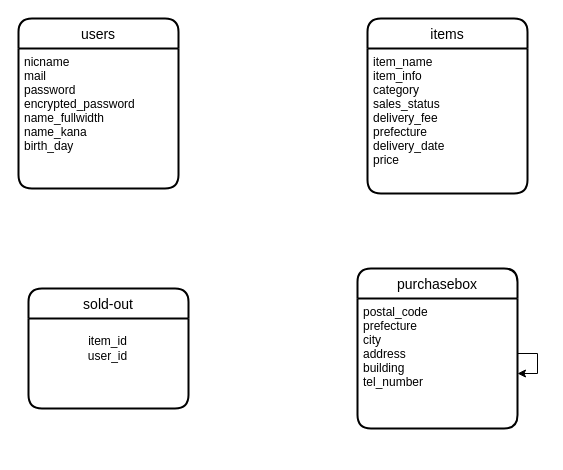
Earlier version of the draw.io diagram test.dio (keita-nakamura30/furima-32907). Source tidied: cells renumbered, new cells numbered last; positions are measured from the earlier drawing's top-left corner, leaving out a move shared by most shapes. Both pictures are drawn from the tidied source at 100%, with x=0, y=0 at pixel (18, 18).
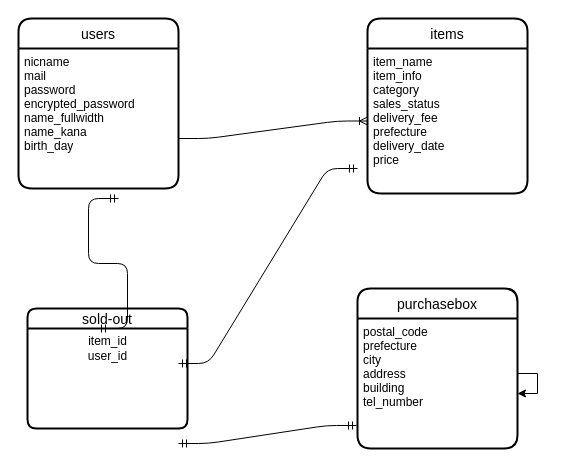
The same diagram, later.

The edit, as a diff of the source:
```diff
@@
 <mxGraphModel>
   <root>
     <mxCell id="0" />
     <mxCell id="1" parent="0" />
     <mxCell id="2" value="users" style="swimlane;horizontal=1;startSize=30;rounded=1;fontSize=14;fontStyle=0;strokeWidth=2;shadow=0;dashed=0;align=center;" parent="1" vertex="1">
       <mxGeometry width="160" height="170" as="geometry" />
     </mxCell>
     <mxCell id="3" value="nicname &#10;mail&#10;password&#10;encrypted_password&#10;name_fullwidth&#10;name_kana&#10;birth_day&#10;" style="align=left;strokeColor=none;fillColor=none;spacingLeft=4;fontSize=12;verticalAlign=top;" parent="2" vertex="1">
       <mxGeometry y="30" width="160" height="140" as="geometry" />
     </mxCell>
     <mxCell id="4" value="items" style="swimlane;horizontal=1;startSize=30;rounded=1;fontSize=14;fontStyle=0;strokeWidth=2;shadow=0;dashed=0;align=center;" parent="1" vertex="1">
       <mxGeometry x="349" width="160" height="175" as="geometry" />
     </mxCell>
     <mxCell id="5" value="item_name&#10;item_info&#10;category&#10;sales_status&#10;delivery_fee&#10;prefecture&#10;delivery_date&#10;price" style="align=left;strokeColor=none;fillColor=none;spacingLeft=4;fontSize=12;verticalAlign=top;" parent="4" vertex="1">
       <mxGeometry y="30" width="160" height="145" as="geometry" />
     </mxCell>
     <mxCell id="6" value="purchasebox" style="swimlane;horizontal=1;startSize=30;rounded=1;fontSize=14;fontStyle=0;strokeWidth=2;shadow=0;dashed=0;align=center;" parent="1" vertex="1">
-      <mxGeometry x="339" y="250" width="160" height="160" as="geometry" />
+      <mxGeometry x="339" y="270" width="160" height="160" as="geometry" />
     </mxCell>
     <mxCell id="7" value="postal_code&#10;prefecture&#10;city&#10;address&#10;building&#10;tel_number" style="align=left;strokeColor=none;fillColor=none;spacingLeft=4;fontSize=12;verticalAlign=top;" parent="6" vertex="1">
       <mxGeometry y="30" width="160" height="130" as="geometry" />
     </mxCell>
     <mxCell id="8" style="edgeStyle=orthogonalEdgeStyle;rounded=0;orthogonalLoop=1;jettySize=auto;html=1;" parent="6" edge="1" source="7" target="7">
       <mxGeometry relative="1" as="geometry" />
     </mxCell>
-    <mxCell id="9" value="sold-out" style="swimlane;horizontal=1;startSize=30;rounded=1;fontSize=14;fontStyle=0;strokeWidth=2;shadow=0;dashed=0;align=center;" parent="1" vertex="1">
-      <mxGeometry x="10" y="270" width="160" height="120" as="geometry" />
+    <mxCell id="9" value="sold-out" style="swimlane;horizontal=1;startSize=20;rounded=1;fontSize=14;fontStyle=0;strokeWidth=2;shadow=0;dashed=0;align=center;" parent="1" vertex="1">
+      <mxGeometry x="9" y="290" width="160" height="120" as="geometry" />
     </mxCell>
     <mxCell id="10" value="item_id&lt;br&gt;user_id&lt;br&gt;" style="text;html=1;align=center;verticalAlign=middle;" parent="1" vertex="1">
       <mxGeometry x="64" y="315" width="50" height="30" as="geometry" />
     </mxCell>
+    <mxCell id="11" style="edgeStyle=entityRelationEdgeStyle;fontSize=12;html=1;endArrow=ERoneToMany;entryX=0;entryY=0.5;entryDx=0;entryDy=0;" parent="1" edge="1" target="5">
+      <mxGeometry relative="1" as="geometry">
+        <mxPoint x="160" y="120" as="sourcePoint" />
+      </mxGeometry>
+    </mxCell>
+    <mxCell id="12" style="edgeStyle=entityRelationEdgeStyle;fontSize=12;html=1;endArrow=ERmandOne;startArrow=ERmandOne;" parent="1" edge="1">
+      <mxGeometry relative="1" as="geometry">
+        <mxPoint x="79" y="310" as="sourcePoint" />
+        <mxPoint x="100" y="180" as="targetPoint" />
+      </mxGeometry>
+    </mxCell>
+    <mxCell id="13" style="edgeStyle=entityRelationEdgeStyle;fontSize=12;html=1;endArrow=ERmandOne;startArrow=ERmandOne;" parent="1" edge="1">
+      <mxGeometry relative="1" as="geometry">
+        <mxPoint x="160" y="345" as="sourcePoint" />
+        <mxPoint x="339" y="150" as="targetPoint" />
+      </mxGeometry>
+    </mxCell>
+    <mxCell id="14" style="edgeStyle=entityRelationEdgeStyle;fontSize=12;html=1;endArrow=ERmandOne;startArrow=ERmandOne;entryX=-0.006;entryY=0.823;entryDx=0;entryDy=0;entryPerimeter=0;" parent="1" edge="1" target="7">
+      <mxGeometry relative="1" as="geometry">
+        <mxPoint x="160" y="425" as="sourcePoint" />
+      </mxGeometry>
+    </mxCell>
   </root>
 </mxGraphModel>
```
